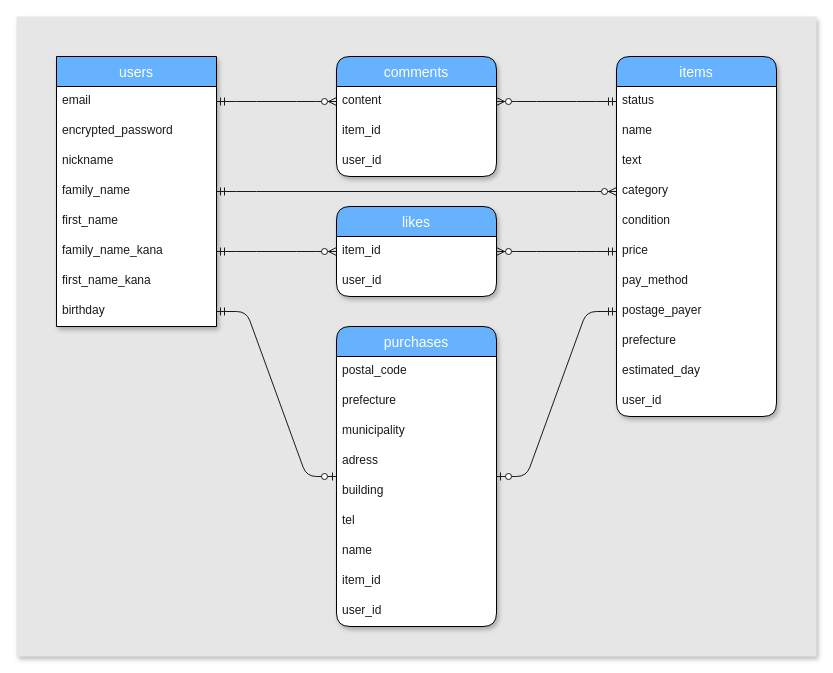
Earlier version of the draw.io diagram furima.dio (8hatch8/furima-37275). Source tidied: cells renumbered, new cells numbered last; positions are measured from the earlier drawing's top-left corner, leaving out a move shared by most shapes. Both pictures are drawn from the tidied source at 100%, with x=0, y=0 at pixel (16, 16).
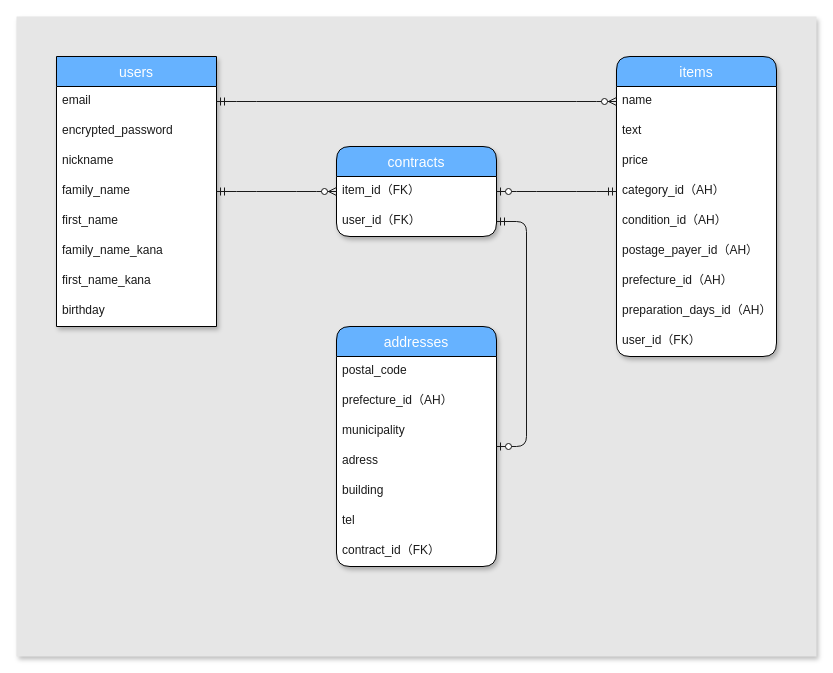
The same diagram, later.

Unchanged cells that the change refers to:
```xml
<mxCell id="3" value="users" style="swimlane;fontStyle=0;horizontal=1;startSize=30;align=center;fontSize=14;fillColor=#66B2FF;fontColor=#FFFFFF;swimlaneFillColor=#ffffff;shadow=1;" parent="1" vertex="1">
  <mxGeometry x="40" y="40" width="160" height="270" as="geometry" />
</mxCell>
<mxCell id="4" value="email" style="text;strokeColor=none;spacingLeft=4;spacingRight=4;overflow=hidden;points=[[0,0.5],[1,0.5]];portConstraint=eastwest;fontSize=12;fontColor=#1A1A1A;" parent="3" vertex="1">
  <mxGeometry y="30" width="160" height="30" as="geometry" />
</mxCell>
<mxCell id="7" value="family_name &#10;" style="text;strokeColor=none;spacingLeft=4;spacingRight=4;overflow=hidden;points=[[0,0.5],[1,0.5]];portConstraint=eastwest;fontSize=12;fontColor=#1A1A1A;" parent="3" vertex="1">
  <mxGeometry y="120" width="160" height="30" as="geometry" />
</mxCell>
<mxCell id="9" value="family_name_kana" style="text;strokeColor=none;spacingLeft=4;spacingRight=4;overflow=hidden;points=[[0,0.5],[1,0.5]];portConstraint=eastwest;fontSize=12;fontColor=#1A1A1A;" parent="3" vertex="1">
  <mxGeometry y="180" width="160" height="30" as="geometry" />
</mxCell>
<mxCell id="11" value="birthday" style="text;strokeColor=none;spacingLeft=4;spacingRight=4;overflow=hidden;points=[[0,0.5],[1,0.5]];portConstraint=eastwest;fontSize=12;fontColor=#1A1A1A;" parent="3" vertex="1">
  <mxGeometry y="240" width="160" height="30" as="geometry" />
</mxCell>
```

What changed in the source:
```diff
@@
     <mxCell id="12" value="items" style="swimlane;fontStyle=0;horizontal=1;startSize=30;align=center;fontSize=14;shadow=1;fillColor=#66B2FF;fontColor=#FFFFFF;swimlaneFillColor=#ffffff;rounded=1;" parent="1" vertex="1">
-      <mxGeometry x="600" y="40" width="160" height="360" as="geometry" />
+      <mxGeometry x="600" y="40" width="160" height="300" as="geometry" />
     </mxCell>
-    <mxCell id="13" value="status" style="text;strokeColor=none;spacingLeft=4;spacingRight=4;overflow=hidden;points=[[0,0.5],[1,0.5]];portConstraint=eastwest;fontSize=12;fontColor=#1A1A1A;" parent="12" vertex="1">
-      <mxGeometry y="30" width="160" height="30" as="geometry" />
-    </mxCell>
     <mxCell id="14" value="name " style="text;strokeColor=none;spacingLeft=4;spacingRight=4;overflow=hidden;fontSize=12;fontColor=#1A1A1A;" parent="12" vertex="1">
-      <mxGeometry y="60" width="160" height="30" as="geometry" />
+      <mxGeometry y="30" width="160" height="30" as="geometry" />
     </mxCell>
     <mxCell id="15" value="text" style="text;strokeColor=none;spacingLeft=4;spacingRight=4;overflow=hidden;fontSize=12;fontColor=#1A1A1A;" parent="12" vertex="1">
-      <mxGeometry y="90" width="160" height="30" as="geometry" />
+      <mxGeometry y="60" width="160" height="30" as="geometry" />
     </mxCell>
+    <mxCell id="18" value="price" style="text;strokeColor=none;spacingLeft=4;spacingRight=4;overflow=hidden;points=[[0,0.5],[1,0.5]];portConstraint=eastwest;fontSize=12;fontColor=#1A1A1A;" parent="12" vertex="1">
+      <mxGeometry y="90" width="160" height="30" as="geometry" />
+    </mxCell>
-    <mxCell id="16" value="category" style="text;strokeColor=none;spacingLeft=4;spacingRight=4;overflow=hidden;points=[[0,0.5],[1,0.5]];portConstraint=eastwest;fontSize=12;fontColor=#1A1A1A;" parent="12" vertex="1">
+    <mxCell id="16" value="category_id（AH）" style="text;strokeColor=none;spacingLeft=4;spacingRight=4;overflow=hidden;points=[[0,0.5],[1,0.5]];portConstraint=eastwest;fontSize=12;fontColor=#1A1A1A;" parent="12" vertex="1">
       <mxGeometry y="120" width="160" height="30" as="geometry" />
     </mxCell>
-    <mxCell id="17" value="condition" style="text;strokeColor=none;spacingLeft=4;spacingRight=4;overflow=hidden;fontSize=12;fontColor=#1A1A1A;" parent="12" vertex="1">
+    <mxCell id="17" value="condition_id（AH）" style="text;strokeColor=none;spacingLeft=4;spacingRight=4;overflow=hidden;fontSize=12;fontColor=#1A1A1A;" parent="12" vertex="1">
       <mxGeometry y="150" width="160" height="30" as="geometry" />
     </mxCell>
-    <mxCell id="18" value="price" style="text;strokeColor=none;spacingLeft=4;spacingRight=4;overflow=hidden;points=[[0,0.5],[1,0.5]];portConstraint=eastwest;fontSize=12;fontColor=#1A1A1A;" parent="12" vertex="1">
-      <mxGeometry y="180" width="160" height="30" as="geometry" />
-    </mxCell>
-    <mxCell id="19" value="pay_method" style="text;strokeColor=none;spacingLeft=4;spacingRight=4;overflow=hidden;fontSize=12;fontColor=#1A1A1A;" parent="12" vertex="1">
-      <mxGeometry y="210" width="160" height="30" as="geometry" />
-    </mxCell>
-    <mxCell id="20" value="postage_payer" style="text;strokeColor=none;spacingLeft=4;spacingRight=4;overflow=hidden;points=[[0,0.5],[1,0.5]];portConstraint=eastwest;fontSize=12;fontColor=#1A1A1A;" parent="12" vertex="1">
-      <mxGeometry y="240" width="160" height="30" as="geometry" />
+    <mxCell id="20" value="postage_payer_id（AH）" style="text;strokeColor=none;spacingLeft=4;spacingRight=4;overflow=hidden;points=[[0,0.5],[1,0.5]];portConstraint=eastwest;fontSize=12;fontColor=#1A1A1A;" parent="12" vertex="1">
+      <mxGeometry y="180" width="160" height="30" as="geometry" />
     </mxCell>
-    <mxCell id="21" value="prefecture" style="text;strokeColor=none;spacingLeft=4;spacingRight=4;overflow=hidden;fontSize=12;fontColor=#1A1A1A;" parent="12" vertex="1">
-      <mxGeometry y="270" width="160" height="30" as="geometry" />
+    <mxCell id="21" value="prefecture_id（AH）" style="text;strokeColor=none;spacingLeft=4;spacingRight=4;overflow=hidden;fontSize=12;fontColor=#1A1A1A;" parent="12" vertex="1">
+      <mxGeometry y="210" width="160" height="30" as="geometry" />
     </mxCell>
-    <mxCell id="22" value="estimated_day" style="text;strokeColor=none;spacingLeft=4;spacingRight=4;overflow=hidden;fontSize=12;fontColor=#1A1A1A;" parent="12" vertex="1">
-      <mxGeometry y="300" width="160" height="30" as="geometry" />
+    <mxCell id="22" value="preparation_days_id（AH）" style="text;strokeColor=none;spacingLeft=4;spacingRight=4;overflow=hidden;fontSize=12;fontColor=#1A1A1A;" parent="12" vertex="1">
+      <mxGeometry y="240" width="160" height="30" as="geometry" />
     </mxCell>
-    <mxCell id="23" value="user_id" style="text;strokeColor=none;spacingLeft=4;spacingRight=4;overflow=hidden;fontSize=12;fontColor=#1A1A1A;" parent="12" vertex="1">
-      <mxGeometry y="330" width="160" height="30" as="geometry" />
+    <mxCell id="23" value="user_id（FK）" style="text;strokeColor=none;spacingLeft=4;spacingRight=4;overflow=hidden;fontSize=12;fontColor=#1A1A1A;" parent="12" vertex="1">
+      <mxGeometry y="270" width="160" height="30" as="geometry" />
     </mxCell>
-    <mxCell id="24" style="edgeStyle=none;html=1;exitX=0.75;exitY=0;exitDx=0;exitDy=0;fontColor=#1A1A1A;" parent="1" edge="1" source="25">
-      <mxGeometry relative="1" as="geometry">
-        <mxPoint x="440.3" y="320" as="targetPoint" />
-      </mxGeometry>
-    </mxCell>
-    <mxCell id="25" value="purchases" style="swimlane;fontStyle=0;horizontal=1;startSize=30;align=center;fontSize=14;fillColor=#66B2FF;fontColor=#FFFFFF;rounded=1;swimlaneFillColor=#ffffff;shadow=1;" parent="1" vertex="1">
-      <mxGeometry x="320" y="310" width="160" height="300" as="geometry" />
+    <mxCell id="25" value="addresses" style="swimlane;fontStyle=0;horizontal=1;startSize=30;align=center;fontSize=14;fillColor=#66B2FF;fontColor=#FFFFFF;rounded=1;swimlaneFillColor=#ffffff;shadow=1;" parent="1" vertex="1">
+      <mxGeometry x="320" y="310" width="160" height="240" as="geometry" />
     </mxCell>
@@
-    <mxCell id="27" value="prefecture" style="text;strokeColor=none;spacingLeft=4;spacingRight=4;overflow=hidden;fontSize=12;fontColor=#1A1A1A;" parent="25" vertex="1">
+    <mxCell id="27" value="prefecture_id（AH）" style="text;strokeColor=none;spacingLeft=4;spacingRight=4;overflow=hidden;fontSize=12;fontColor=#1A1A1A;" parent="25" vertex="1">
       <mxGeometry y="60" width="160" height="30" as="geometry" />
     </mxCell>
@@
-    <mxCell id="32" value="name" style="text;strokeColor=none;spacingLeft=4;spacingRight=4;overflow=hidden;fontSize=12;fontColor=#1A1A1A;" parent="25" vertex="1">
-      <mxGeometry y="210" width="160" height="30" as="geometry" />
-    </mxCell>
-    <mxCell id="33" value="item_id" style="text;strokeColor=none;spacingLeft=4;spacingRight=4;overflow=hidden;fontSize=12;fontColor=#1A1A1A;" parent="25" vertex="1">
-      <mxGeometry y="240" width="160" height="30" as="geometry" />
+    <mxCell id="33" value="contract_id（FK）" style="text;strokeColor=none;spacingLeft=4;spacingRight=4;overflow=hidden;fontSize=12;fontColor=#1A1A1A;" parent="25" vertex="1">
+      <mxGeometry y="210" width="160" height="30" as="geometry" />
     </mxCell>
-    <mxCell id="34" value="user_id" style="text;strokeColor=none;spacingLeft=4;spacingRight=4;overflow=hidden;fontSize=12;fontColor=#1A1A1A;" parent="25" vertex="1">
-      <mxGeometry y="270" width="160" height="30" as="geometry" />
-    </mxCell>
-    <mxCell id="35" value="likes" style="swimlane;fontStyle=0;horizontal=1;startSize=30;align=center;fontSize=14;fillColor=#66B2FF;fontColor=#FFFFFF;rounded=1;swimlaneFillColor=#ffffff;shadow=1;" parent="1" vertex="1">
-      <mxGeometry x="320" y="190" width="160" height="90" as="geometry" />
+    <mxCell id="35" value="contracts" style="swimlane;fontStyle=0;horizontal=1;startSize=30;align=center;fontSize=14;fillColor=#66B2FF;fontColor=#FFFFFF;rounded=1;swimlaneFillColor=#ffffff;shadow=1;" parent="1" vertex="1">
+      <mxGeometry x="320" y="130" width="160" height="90" as="geometry" />
     </mxCell>
-    <mxCell id="36" value="item_id" style="text;strokeColor=none;spacingLeft=4;spacingRight=4;overflow=hidden;fontSize=12;fontColor=#1A1A1A;" parent="35" vertex="1">
+    <mxCell id="36" value="item_id（FK）" style="text;strokeColor=none;spacingLeft=4;spacingRight=4;overflow=hidden;fontSize=12;fontColor=#1A1A1A;" parent="35" vertex="1">
       <mxGeometry y="30" width="160" height="30" as="geometry" />
     </mxCell>
-    <mxCell id="37" value="user_id" style="text;strokeColor=none;spacingLeft=4;spacingRight=4;overflow=hidden;points=[[0,0.5],[1,0.5]];portConstraint=eastwest;fontSize=12;fontColor=#1A1A1A;" parent="35" vertex="1">
+    <mxCell id="37" value="user_id（FK）" style="text;strokeColor=none;spacingLeft=4;spacingRight=4;overflow=hidden;points=[[0,0.5],[1,0.5]];portConstraint=eastwest;fontSize=12;fontColor=#1A1A1A;" parent="35" vertex="1">
       <mxGeometry y="60" width="160" height="30" as="geometry" />
     </mxCell>
-    <mxCell id="38" value="comments" style="swimlane;fontStyle=0;horizontal=1;startSize=30;align=center;fontSize=14;fillColor=#66B2FF;fontColor=#FFFFFF;rounded=1;swimlaneLine=1;swimlaneFillColor=#ffffff;shadow=1;" parent="1" vertex="1">
-      <mxGeometry x="320" y="40" width="160" height="120" as="geometry" />
-    </mxCell>
-    <mxCell id="39" value="content" style="text;strokeColor=none;spacingLeft=4;spacingRight=4;overflow=hidden;points=[[0,0.5],[1,0.5]];portConstraint=eastwest;fontSize=12;fontColor=#1A1A1A;rounded=0;" parent="38" vertex="1">
-      <mxGeometry y="30" width="160" height="30" as="geometry" />
-    </mxCell>
-    <mxCell id="40" value="item_id" style="text;strokeColor=none;spacingLeft=4;spacingRight=4;overflow=hidden;fontSize=12;fontColor=#1A1A1A;rounded=0;" parent="38" vertex="1">
-      <mxGeometry y="60" width="160" height="30" as="geometry" />
-    </mxCell>
-    <mxCell id="41" value="user_id" style="text;strokeColor=none;spacingLeft=4;spacingRight=4;overflow=hidden;fontSize=12;fontColor=#1A1A1A;rounded=0;" parent="38" vertex="1">
-      <mxGeometry y="90" width="160" height="30" as="geometry" />
-    </mxCell>
-    <mxCell id="42" style="edgeStyle=entityRelationEdgeStyle;fontSize=12;html=1;endArrow=ERzeroToMany;startArrow=ERmandOne;fontColor=#1A1A1A;exitX=1;exitY=0.5;exitDx=0;exitDy=0;strokeColor=#1A1A1A;" parent="1" edge="1" source="9" target="35">
-      <mxGeometry relative="1" as="geometry" />
-    </mxCell>
-    <mxCell id="43" style="edgeStyle=entityRelationEdgeStyle;fontSize=12;html=1;endArrow=ERzeroToMany;startArrow=ERmandOne;fontColor=#1A1A1A;exitX=0;exitY=0.5;exitDx=0;exitDy=0;strokeColor=#1A1A1A;" parent="1" edge="1" source="18" target="35">
-      <mxGeometry relative="1" as="geometry" />
-    </mxCell>
-    <mxCell id="44" style="edgeStyle=entityRelationEdgeStyle;fontSize=12;html=1;endArrow=ERzeroToMany;startArrow=ERmandOne;fontColor=#1A1A1A;entryX=0;entryY=0.5;entryDx=0;entryDy=0;exitX=1;exitY=0.5;exitDx=0;exitDy=0;strokeColor=#1A1A1A;" parent="1" edge="1" source="4" target="39">
-      <mxGeometry relative="1" as="geometry" />
-    </mxCell>
-    <mxCell id="45" style="edgeStyle=entityRelationEdgeStyle;fontSize=12;html=1;endArrow=ERzeroToMany;startArrow=ERmandOne;fontColor=#1A1A1A;exitX=0;exitY=0.5;exitDx=0;exitDy=0;entryX=1;entryY=0.5;entryDx=0;entryDy=0;strokeColor=#1A1A1A;" parent="1" edge="1" source="13" target="39">
-      <mxGeometry relative="1" as="geometry" />
-    </mxCell>
-    <mxCell id="46" style="edgeStyle=entityRelationEdgeStyle;fontSize=12;html=1;endArrow=ERzeroToMany;startArrow=ERmandOne;fontColor=#1A1A1A;exitX=1;exitY=0.5;exitDx=0;exitDy=0;entryX=0;entryY=0.5;entryDx=0;entryDy=0;strokeColor=#1A1A1A;" parent="1" edge="1" source="7" target="16">
-      <mxGeometry relative="1" as="geometry" />
+    <mxCell id="46" style="edgeStyle=entityRelationEdgeStyle;fontSize=12;html=1;endArrow=ERzeroToMany;startArrow=ERmandOne;fontColor=#1A1A1A;entryX=0;entryY=0.5;entryDx=0;entryDy=0;strokeColor=#1A1A1A;exitX=1;exitY=0.5;exitDx=0;exitDy=0;" parent="1" edge="1" source="4">
+      <mxGeometry relative="1" as="geometry">
+        <mxPoint x="600" y="85" as="targetPoint" />
+      </mxGeometry>
     </mxCell>
-    <mxCell id="47" style="edgeStyle=entityRelationEdgeStyle;fontSize=12;html=1;endArrow=ERzeroToOne;startArrow=ERmandOne;fontColor=#1A1A1A;exitX=1;exitY=0.5;exitDx=0;exitDy=0;strokeColor=#1A1A1A;" parent="1" edge="1" source="11" target="25">
-      <mxGeometry relative="1" as="geometry" />
-    </mxCell>
-    <mxCell id="48" style="edgeStyle=entityRelationEdgeStyle;fontSize=12;html=1;endArrow=ERzeroToOne;startArrow=ERmandOne;fontColor=#1A1A1A;exitX=0;exitY=0.5;exitDx=0;exitDy=0;strokeColor=#1A1A1A;" parent="1" edge="1" source="20" target="25">
-      <mxGeometry relative="1" as="geometry" />
-    </mxCell>
+    <mxCell id="49" style="edgeStyle=entityRelationEdgeStyle;fontSize=12;html=1;endArrow=ERzeroToMany;startArrow=ERmandOne;strokeColor=#1A1A1A;" parent="1" edge="1" source="3" target="35">
+      <mxGeometry relative="1" as="geometry" />
+    </mxCell>
+    <mxCell id="50" style="edgeStyle=entityRelationEdgeStyle;fontSize=12;html=1;endArrow=ERzeroToOne;startArrow=ERmandOne;strokeColor=#1A1A1A;exitX=0;exitY=0.5;exitDx=0;exitDy=0;" parent="1" edge="1" source="16" target="35">
+      <mxGeometry relative="1" as="geometry" />
+    </mxCell>
+    <mxCell id="51" style="edgeStyle=entityRelationEdgeStyle;fontSize=12;html=1;endArrow=ERzeroToOne;startArrow=ERmandOne;strokeColor=#1A1A1A;" parent="1" edge="1" source="37" target="25">
+      <mxGeometry relative="1" as="geometry" />
+    </mxCell>
```
